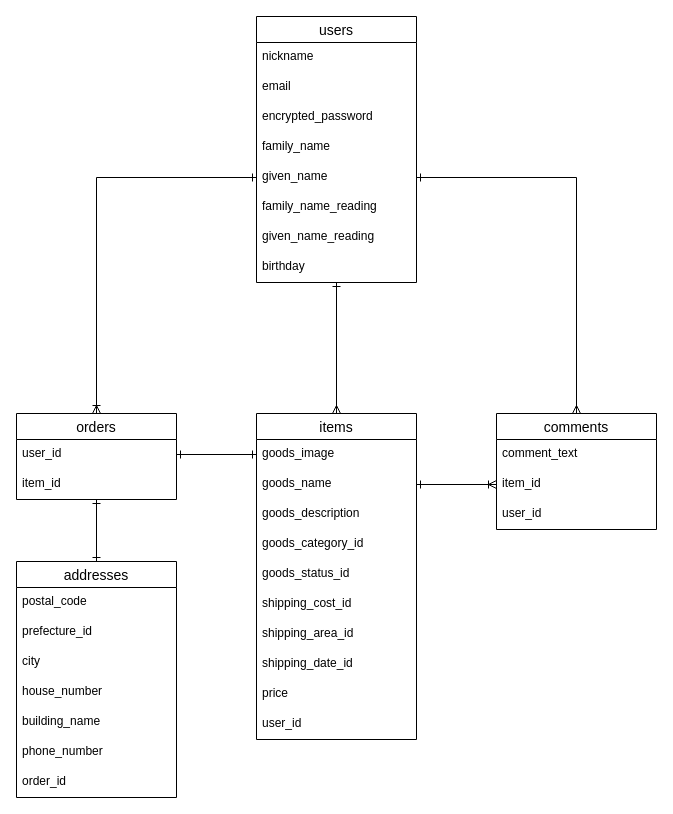
This is database.dio from terryleotuba/furima-36472, a draw.io file, before an edit. Source tidied: cells renumbered, new cells numbered last; positions are measured from the earlier drawing's top-left corner, leaving out a move shared by most shapes. Both pictures are drawn from the tidied source at 100%, with x=0, y=0 at pixel (16, 16).
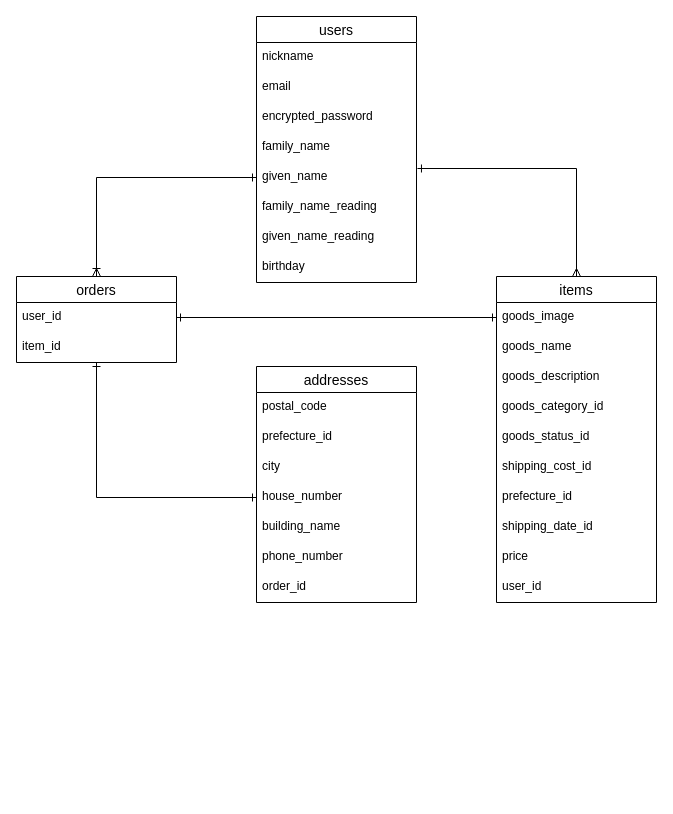
The same diagram, later.

Commit message (it also covers changes not shown here):
コメント機能削除及び都道府県カラム名称統一

Unchanged cells that the change refers to:
```xml
<mxCell id="2" value="users" style="swimlane;fontStyle=0;horizontal=1;startSize=26;align=center;fontSize=14;" parent="1" vertex="1">
  <mxGeometry x="240" width="160" height="266" as="geometry" />
</mxCell>
<mxCell id="7" value="given_name" style="text;strokeColor=none;fillColor=none;spacingLeft=4;spacingRight=4;overflow=hidden;points=[[0,0.5],[1,0.5]];portConstraint=eastwest;fontSize=12;" parent="2" vertex="1">
  <mxGeometry y="146" width="160" height="30" as="geometry" />
</mxCell>
<mxCell id="13" value="goods_name" style="text;strokeColor=none;fillColor=none;spacingLeft=4;spacingRight=4;overflow=hidden;points=[[0,0.5],[1,0.5]];portConstraint=eastwest;fontSize=12;" parent="11" vertex="1">
  <mxGeometry y="56" width="160" height="30" as="geometry" />
</mxCell>
<mxCell id="24" value="item_id" style="text;strokeColor=none;fillColor=none;spacingLeft=4;spacingRight=4;overflow=hidden;points=[[0,0.5],[1,0.5]];portConstraint=eastwest;fontSize=12;" parent="22" vertex="1">
  <mxGeometry y="56" width="160" height="30" as="geometry" />
</mxCell>
<mxCell id="38" value="house_number" style="text;strokeColor=none;fillColor=none;spacingLeft=4;spacingRight=4;overflow=hidden;points=[[0,0.5],[1,0.5]];portConstraint=eastwest;fontSize=12;" parent="34" vertex="1">
  <mxGeometry y="116" width="160" height="30" as="geometry" />
</mxCell>
```

The edit, as a diff of the source:
```diff
@@
     <mxCell id="11" value="items" style="swimlane;fontStyle=0;horizontal=1;startSize=26;align=center;fontSize=14;" parent="1" vertex="1">
-      <mxGeometry x="240" y="397" width="160" height="326" as="geometry" />
+      <mxGeometry x="480" y="260" width="160" height="326" as="geometry" />
     </mxCell>
@@
-    <mxCell id="18" value="shipping_area_id" style="text;strokeColor=none;fillColor=none;spacingLeft=4;spacingRight=4;overflow=hidden;fontSize=12;" parent="11" vertex="1">
+    <mxCell id="18" value="prefecture_id" style="text;strokeColor=none;fillColor=none;spacingLeft=4;spacingRight=4;overflow=hidden;fontSize=12;" parent="11" vertex="1">
       <mxGeometry y="206" width="160" height="30" as="geometry" />
     </mxCell>
@@
     <mxCell id="22" value="orders" style="swimlane;fontStyle=0;horizontal=1;startSize=26;align=center;fontSize=14;" parent="1" vertex="1">
-      <mxGeometry y="397" width="160" height="86" as="geometry" />
+      <mxGeometry y="260" width="160" height="86" as="geometry" />
     </mxCell>
@@
-    <mxCell id="25" value="comments" style="swimlane;fontStyle=0;horizontal=1;startSize=26;align=center;fontSize=14;" parent="1" vertex="1">
-      <mxGeometry x="480" y="397" width="160" height="116" as="geometry" />
-    </mxCell>
-    <mxCell id="26" value="comment_text" style="text;strokeColor=none;fillColor=none;spacingLeft=4;spacingRight=4;overflow=hidden;fontSize=12;" parent="25" vertex="1">
-      <mxGeometry y="26" width="160" height="30" as="geometry" />
-    </mxCell>
-    <mxCell id="27" value="item_id" style="text;strokeColor=none;fillColor=none;spacingLeft=4;spacingRight=4;overflow=hidden;points=[[0,0.5],[1,0.5]];portConstraint=eastwest;fontSize=12;" parent="25" vertex="1">
-      <mxGeometry y="56" width="160" height="30" as="geometry" />
-    </mxCell>
-    <mxCell id="28" value="user_id" style="text;strokeColor=none;fillColor=none;spacingLeft=4;spacingRight=4;overflow=hidden;fontSize=12;" parent="25" vertex="1">
-      <mxGeometry y="86" width="160" height="30" as="geometry" />
-    </mxCell>
-    <mxCell id="29" style="edgeStyle=orthogonalEdgeStyle;rounded=0;jettySize=auto;html=1;entryX=0.5;entryY=0;entryDx=0;entryDy=0;startArrow=ERone;startFill=0;endArrow=ERmany;endFill=0;exitX=0.5;exitY=1;exitDx=0;exitDy=0;" parent="1" edge="1" source="2" target="11">
+    <mxCell id="29" style="edgeStyle=orthogonalEdgeStyle;rounded=0;jettySize=auto;html=1;entryX=0.5;entryY=0;entryDx=0;entryDy=0;startArrow=ERone;startFill=0;endArrow=ERmany;endFill=0;exitX=1.006;exitY=0.2;exitDx=0;exitDy=0;exitPerimeter=0;" parent="1" edge="1" source="7" target="11">
       <mxGeometry relative="1" as="geometry" />
     </mxCell>
-    <mxCell id="30" style="edgeStyle=orthogonalEdgeStyle;rounded=0;jettySize=auto;html=1;exitX=1;exitY=0.5;exitDx=0;exitDy=0;entryX=0.5;entryY=0;entryDx=0;entryDy=0;startArrow=ERone;startFill=0;endArrow=ERmany;endFill=0;" parent="1" edge="1" source="7" target="25">
-      <mxGeometry relative="1" as="geometry" />
-    </mxCell>
@@
-    <mxCell id="33" style="edgeStyle=orthogonalEdgeStyle;rounded=0;jettySize=auto;html=1;exitX=1;exitY=0.5;exitDx=0;exitDy=0;entryX=0;entryY=0.5;entryDx=0;entryDy=0;startArrow=ERone;startFill=0;endArrow=ERoneToMany;endFill=0;" parent="1" edge="1" source="13" target="27">
-      <mxGeometry relative="1" as="geometry" />
-    </mxCell>
     <mxCell id="34" value="addresses" style="swimlane;fontStyle=0;horizontal=1;startSize=26;align=center;fontSize=14;" parent="1" vertex="1">
-      <mxGeometry y="545" width="160" height="236" as="geometry" />
+      <mxGeometry x="240" y="350" width="160" height="236" as="geometry" />
     </mxCell>
@@
-    <mxCell id="42" style="edgeStyle=orthogonalEdgeStyle;rounded=0;jettySize=auto;html=1;exitX=0.5;exitY=0;exitDx=0;exitDy=0;startArrow=ERone;startFill=0;endArrow=ERone;endFill=0;entryX=0.5;entryY=1;entryDx=0;entryDy=0;entryPerimeter=0;" parent="1" edge="1" source="34" target="24">
+    <mxCell id="42" style="edgeStyle=orthogonalEdgeStyle;rounded=0;jettySize=auto;html=1;exitX=0;exitY=0.5;exitDx=0;exitDy=0;startArrow=ERone;startFill=0;endArrow=ERone;endFill=0;entryX=0.5;entryY=1;entryDx=0;entryDy=0;entryPerimeter=0;" parent="1" edge="1" source="38" target="24">
       <mxGeometry relative="1" as="geometry" />
     </mxCell>
```
